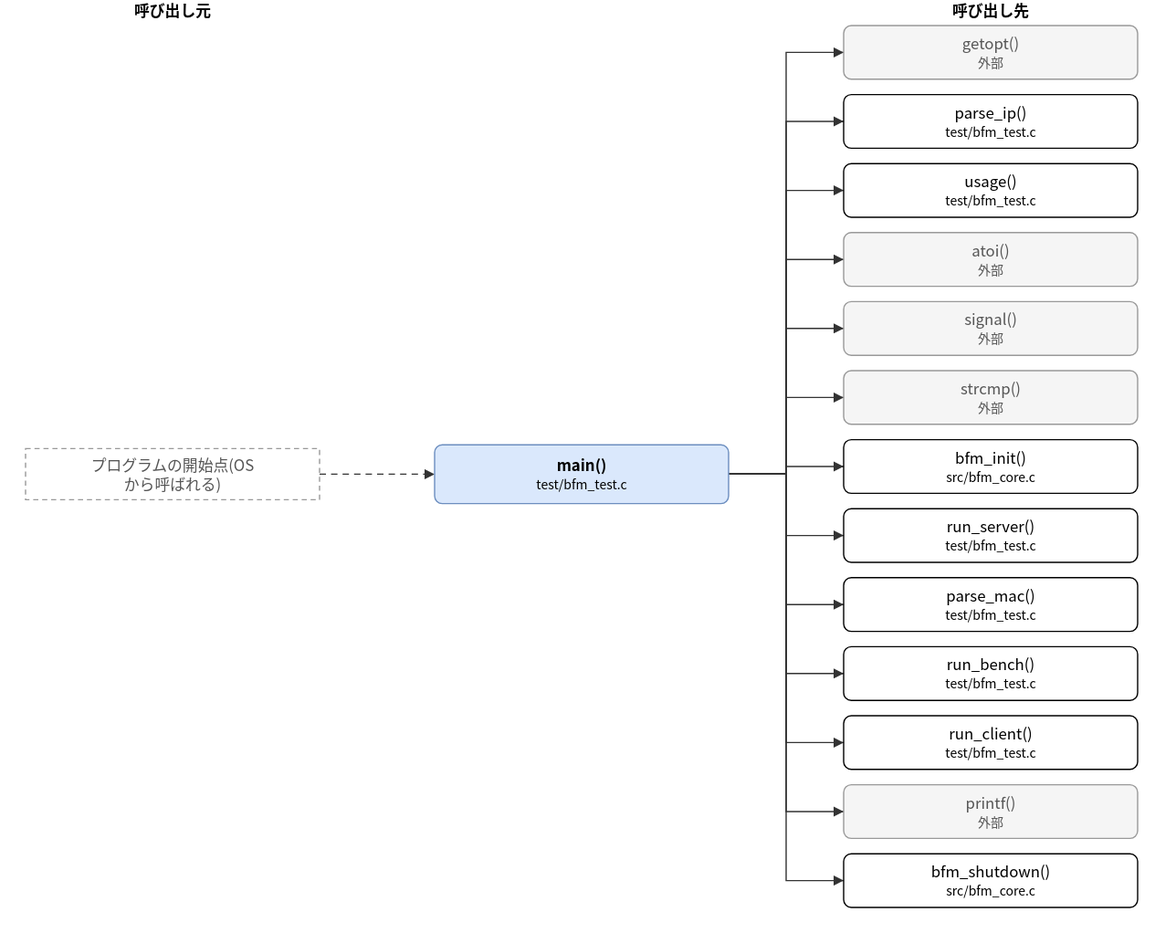
Before: doc/spec/images/call_test_bfm_test-main.drawio.svg, a diagram exported from draw.io (hf355051012-ai/bfmem). Source tidied: cells renumbered, new cells last; positions are measured from the earlier drawing's top-left corner, leaving out a move shared by most shapes.
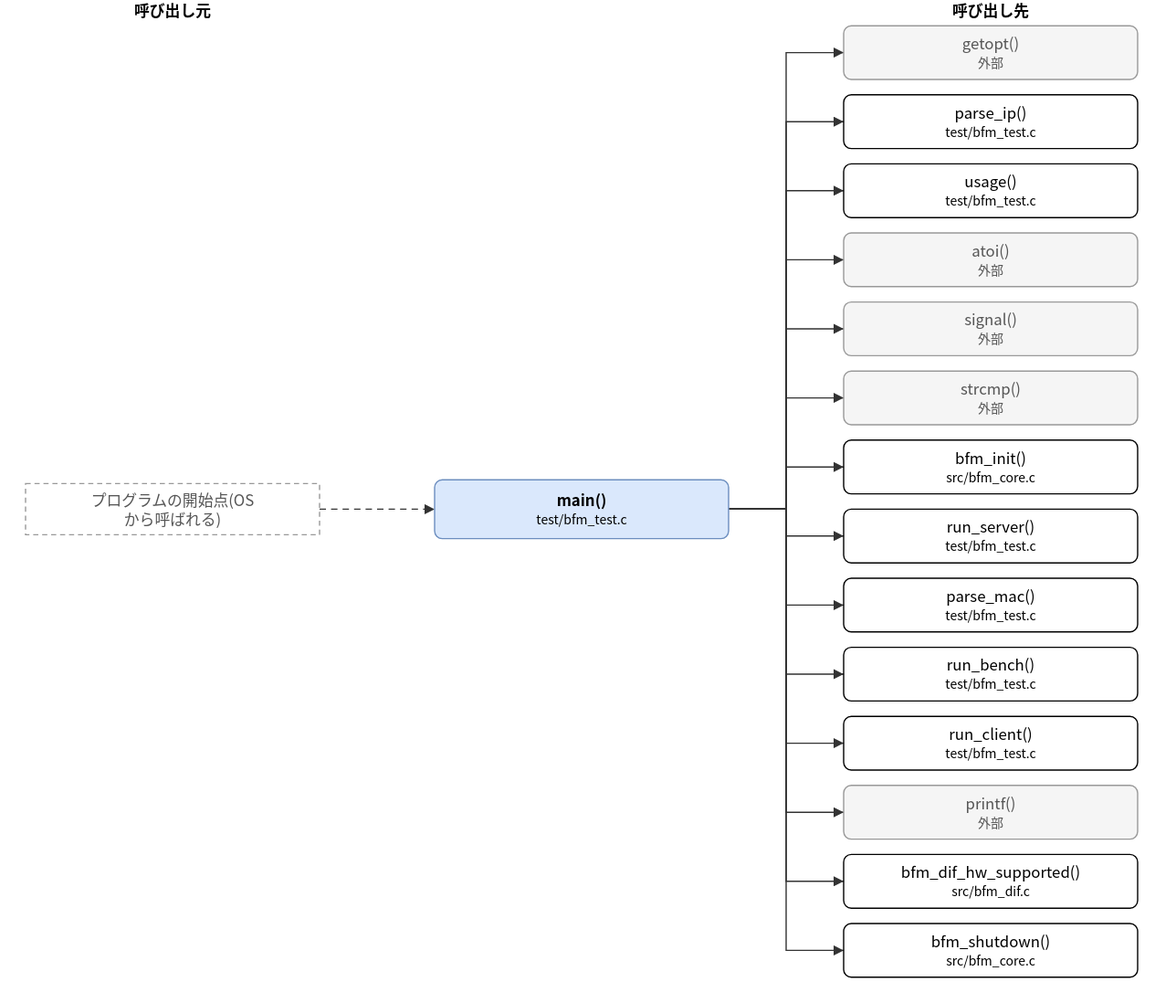
After the commit.

Change to the diagram source:
```diff
@@ -3,7 +3,7 @@
     <mxCell id="0" />
     <mxCell id="1" parent="0" />
     <mxCell id="2" value="main()&lt;br&gt;&lt;font style=&quot;font-size:10px&quot;&gt;test/bfm_test.c&lt;/font&gt;" style="rounded=1;whiteSpace=wrap;html=1;fillColor=#dae8fc;strokeColor=#6c8ebf;fontStyle=1;" parent="1" vertex="1">
-      <mxGeometry x="320" y="348" width="230" height="46" as="geometry" />
+      <mxGeometry x="320" y="375" width="230" height="46" as="geometry" />
     </mxCell>
     <mxCell id="3" value="getopt()&lt;br&gt;&lt;font style=&quot;font-size:10px&quot;&gt;外部&lt;/font&gt;" style="rounded=1;whiteSpace=wrap;html=1;fillColor=#f5f5f5;strokeColor=#999999;fontColor=#555555;" parent="1" vertex="1">
       <mxGeometry x="640" y="20" width="230" height="42" as="geometry" />
@@ -41,16 +41,19 @@
     <mxCell id="14" value="printf()&lt;br&gt;&lt;font style=&quot;font-size:10px&quot;&gt;外部&lt;/font&gt;" style="rounded=1;whiteSpace=wrap;html=1;fillColor=#f5f5f5;strokeColor=#999999;fontColor=#555555;" parent="1" vertex="1">
       <mxGeometry x="640" y="614" width="230" height="42" as="geometry" />
     </mxCell>
-    <mxCell id="15" value="bfm_shutdown()&lt;br&gt;&lt;font style=&quot;font-size:10px&quot;&gt;src/bfm_core.c&lt;/font&gt;" style="rounded=1;whiteSpace=wrap;html=1;" parent="1" vertex="1">
+    <mxCell id="15" value="bfm_dif_hw_supported()&lt;br&gt;&lt;font style=&quot;font-size:10px&quot;&gt;src/bfm_dif.c&lt;/font&gt;" style="rounded=1;whiteSpace=wrap;html=1;" parent="1" vertex="1">
       <mxGeometry x="640" y="668" width="230" height="42" as="geometry" />
     </mxCell>
+    <mxCell id="33" value="bfm_shutdown()&lt;br&gt;&lt;font style=&quot;font-size:10px&quot;&gt;src/bfm_core.c&lt;/font&gt;" style="rounded=1;whiteSpace=wrap;html=1;" parent="1" vertex="1">
+      <mxGeometry x="640" y="722" width="230" height="42" as="geometry" />
+    </mxCell>
     <mxCell id="16" value="プログラムの開始点(OS&lt;br&gt;から呼ばれる)" style="rounded=0;whiteSpace=wrap;html=1;dashed=1;strokeColor=#999999;fontColor=#555555;dashed=1;" parent="1" vertex="1">
-      <mxGeometry y="351" width="230" height="40" as="geometry" />
+      <mxGeometry y="378" width="230" height="40" as="geometry" />
     </mxCell>
     <mxCell id="17" style="edgeStyle=none;html=1;rounded=0;endArrow=block;endFill=1;exitX=1.0000;exitY=0.5000;exitDx=0;exitDy=0;exitPerimeter=0;entryX=0.0000;entryY=0.5000;entryDx=0;entryDy=0;entryPerimeter=0;" parent="1" edge="1" source="2" target="3">
       <mxGeometry relative="1" as="geometry">
         <Array as="points">
-          <mxPoint x="595" y="371" />
+          <mxPoint x="595" y="398" />
           <mxPoint x="595" y="41" />
         </Array>
       </mxGeometry>
@@ -58,7 +61,7 @@
     <mxCell id="18" style="edgeStyle=none;html=1;rounded=0;endArrow=block;endFill=1;exitX=1.0000;exitY=0.5000;exitDx=0;exitDy=0;exitPerimeter=0;entryX=0.0000;entryY=0.5000;entryDx=0;entryDy=0;entryPerimeter=0;" parent="1" edge="1" source="2" target="4">
       <mxGeometry relative="1" as="geometry">
         <Array as="points">
-          <mxPoint x="595" y="371" />
+          <mxPoint x="595" y="398" />
           <mxPoint x="595" y="95" />
         </Array>
       </mxGeometry>
@@ -66,7 +69,7 @@
     <mxCell id="19" style="edgeStyle=none;html=1;rounded=0;endArrow=block;endFill=1;exitX=1.0000;exitY=0.5000;exitDx=0;exitDy=0;exitPerimeter=0;entryX=0.0000;entryY=0.5000;entryDx=0;entryDy=0;entryPerimeter=0;" parent="1" edge="1" source="2" target="5">
       <mxGeometry relative="1" as="geometry">
         <Array as="points">
-          <mxPoint x="595" y="371" />
+          <mxPoint x="595" y="398" />
           <mxPoint x="595" y="149" />
         </Array>
       </mxGeometry>
@@ -74,7 +77,7 @@
     <mxCell id="20" style="edgeStyle=none;html=1;rounded=0;endArrow=block;endFill=1;exitX=1.0000;exitY=0.5000;exitDx=0;exitDy=0;exitPerimeter=0;entryX=0.0000;entryY=0.5000;entryDx=0;entryDy=0;entryPerimeter=0;" parent="1" edge="1" source="2" target="6">
       <mxGeometry relative="1" as="geometry">
         <Array as="points">
-          <mxPoint x="595" y="371" />
+          <mxPoint x="595" y="398" />
           <mxPoint x="595" y="203" />
         </Array>
       </mxGeometry>
@@ -82,7 +85,7 @@
     <mxCell id="21" style="edgeStyle=none;html=1;rounded=0;endArrow=block;endFill=1;exitX=1.0000;exitY=0.5000;exitDx=0;exitDy=0;exitPerimeter=0;entryX=0.0000;entryY=0.5000;entryDx=0;entryDy=0;entryPerimeter=0;" parent="1" edge="1" source="2" target="7">
       <mxGeometry relative="1" as="geometry">
         <Array as="points">
-          <mxPoint x="595" y="371" />
+          <mxPoint x="595" y="398" />
           <mxPoint x="595" y="257" />
         </Array>
       </mxGeometry>
@@ -90,7 +93,7 @@
     <mxCell id="22" style="edgeStyle=none;html=1;rounded=0;endArrow=block;endFill=1;exitX=1.0000;exitY=0.5000;exitDx=0;exitDy=0;exitPerimeter=0;entryX=0.0000;entryY=0.5000;entryDx=0;entryDy=0;entryPerimeter=0;" parent="1" edge="1" source="2" target="8">
       <mxGeometry relative="1" as="geometry">
         <Array as="points">
-          <mxPoint x="595" y="371" />
+          <mxPoint x="595" y="398" />
           <mxPoint x="595" y="311" />
         </Array>
       </mxGeometry>
@@ -98,7 +101,7 @@
     <mxCell id="23" style="edgeStyle=none;html=1;rounded=0;endArrow=block;endFill=1;exitX=1.0000;exitY=0.5000;exitDx=0;exitDy=0;exitPerimeter=0;entryX=0.0000;entryY=0.5000;entryDx=0;entryDy=0;entryPerimeter=0;" parent="1" edge="1" source="2" target="9">
       <mxGeometry relative="1" as="geometry">
         <Array as="points">
-          <mxPoint x="595" y="371" />
+          <mxPoint x="595" y="398" />
           <mxPoint x="595" y="365" />
         </Array>
       </mxGeometry>
@@ -106,7 +109,7 @@
     <mxCell id="24" style="edgeStyle=none;html=1;rounded=0;endArrow=block;endFill=1;exitX=1.0000;exitY=0.5000;exitDx=0;exitDy=0;exitPerimeter=0;entryX=0.0000;entryY=0.5000;entryDx=0;entryDy=0;entryPerimeter=0;" parent="1" edge="1" source="2" target="10">
       <mxGeometry relative="1" as="geometry">
         <Array as="points">
-          <mxPoint x="595" y="371" />
+          <mxPoint x="595" y="398" />
           <mxPoint x="595" y="419" />
         </Array>
       </mxGeometry>
@@ -114,7 +117,7 @@
     <mxCell id="25" style="edgeStyle=none;html=1;rounded=0;endArrow=block;endFill=1;exitX=1.0000;exitY=0.5000;exitDx=0;exitDy=0;exitPerimeter=0;entryX=0.0000;entryY=0.5000;entryDx=0;entryDy=0;entryPerimeter=0;" parent="1" edge="1" source="2" target="11">
       <mxGeometry relative="1" as="geometry">
         <Array as="points">
-          <mxPoint x="595" y="371" />
+          <mxPoint x="595" y="398" />
           <mxPoint x="595" y="473" />
         </Array>
       </mxGeometry>
@@ -122,7 +125,7 @@
     <mxCell id="26" style="edgeStyle=none;html=1;rounded=0;endArrow=block;endFill=1;exitX=1.0000;exitY=0.5000;exitDx=0;exitDy=0;exitPerimeter=0;entryX=0.0000;entryY=0.5000;entryDx=0;entryDy=0;entryPerimeter=0;" parent="1" edge="1" source="2" target="12">
       <mxGeometry relative="1" as="geometry">
         <Array as="points">
-          <mxPoint x="595" y="371" />
+          <mxPoint x="595" y="398" />
           <mxPoint x="595" y="527" />
         </Array>
       </mxGeometry>
@@ -130,7 +133,7 @@
     <mxCell id="27" style="edgeStyle=none;html=1;rounded=0;endArrow=block;endFill=1;exitX=1.0000;exitY=0.5000;exitDx=0;exitDy=0;exitPerimeter=0;entryX=0.0000;entryY=0.5000;entryDx=0;entryDy=0;entryPerimeter=0;" parent="1" edge="1" source="2" target="13">
       <mxGeometry relative="1" as="geometry">
         <Array as="points">
-          <mxPoint x="595" y="371" />
+          <mxPoint x="595" y="398" />
           <mxPoint x="595" y="581" />
         </Array>
       </mxGeometry>
@@ -138,7 +141,7 @@
     <mxCell id="28" style="edgeStyle=none;html=1;rounded=0;endArrow=block;endFill=1;exitX=1.0000;exitY=0.5000;exitDx=0;exitDy=0;exitPerimeter=0;entryX=0.0000;entryY=0.5000;entryDx=0;entryDy=0;entryPerimeter=0;" parent="1" edge="1" source="2" target="14">
       <mxGeometry relative="1" as="geometry">
         <Array as="points">
-          <mxPoint x="595" y="371" />
+          <mxPoint x="595" y="398" />
           <mxPoint x="595" y="635" />
         </Array>
       </mxGeometry>
@@ -146,14 +149,22 @@
     <mxCell id="29" style="edgeStyle=none;html=1;rounded=0;endArrow=block;endFill=1;exitX=1.0000;exitY=0.5000;exitDx=0;exitDy=0;exitPerimeter=0;entryX=0.0000;entryY=0.5000;entryDx=0;entryDy=0;entryPerimeter=0;" parent="1" edge="1" source="2" target="15">
       <mxGeometry relative="1" as="geometry">
         <Array as="points">
-          <mxPoint x="595" y="371" />
+          <mxPoint x="595" y="398" />
           <mxPoint x="595" y="689" />
         </Array>
       </mxGeometry>
     </mxCell>
-    <mxCell id="30" style="edgeStyle=none;html=1;rounded=0;endArrow=block;endFill=1;exitX=1.0000;exitY=0.5000;exitDx=0;exitDy=0;exitPerimeter=0;entryX=0.0000;entryY=0.5000;entryDx=0;entryDy=0;entryPerimeter=0;dashed=1;" parent="1" edge="1" source="16" target="2">
-      <mxGeometry relative="1" as="geometry" />
+    <mxCell id="30" style="edgeStyle=none;html=1;rounded=0;endArrow=block;endFill=1;exitX=1.0000;exitY=0.5000;exitDx=0;exitDy=0;exitPerimeter=0;entryX=0.0000;entryY=0.5000;entryDx=0;entryDy=0;entryPerimeter=0;" parent="1" edge="1" source="2" target="33">
+      <mxGeometry relative="1" as="geometry">
+        <Array as="points">
+          <mxPoint x="595" y="398" />
+          <mxPoint x="595" y="743" />
+        </Array>
+      </mxGeometry>
     </mxCell>
+    <mxCell id="34" style="edgeStyle=none;html=1;rounded=0;endArrow=block;endFill=1;exitX=1.0000;exitY=0.5000;exitDx=0;exitDy=0;exitPerimeter=0;entryX=0.0000;entryY=0.5000;entryDx=0;entryDy=0;entryPerimeter=0;dashed=1;" parent="1" edge="1" source="16" target="2">
+      <mxGeometry relative="1" as="geometry" />
+    </mxCell>
     <mxCell id="31" value="呼び出し元" style="text;html=1;align=center;fontStyle=1;" parent="1" vertex="1">
       <mxGeometry x="35" width="160" height="18" as="geometry" />
     </mxCell>
```
